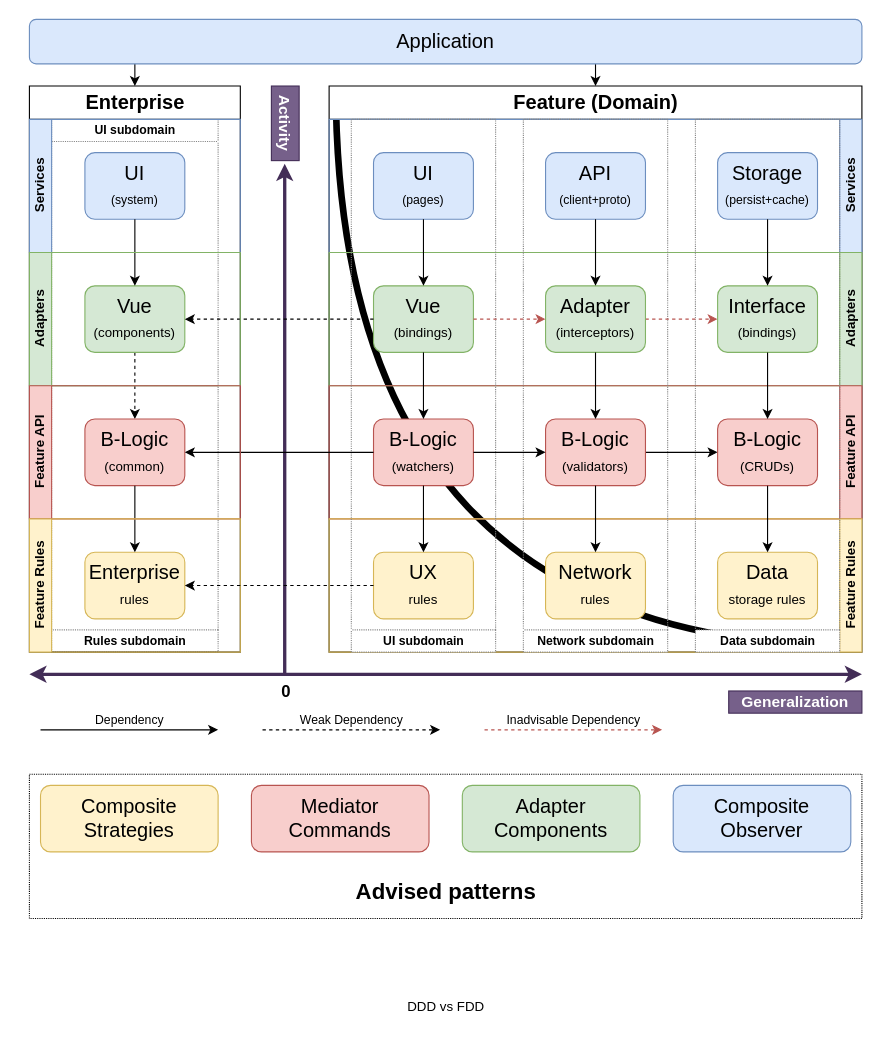
Above: page "Layers" (2 of 3) of ELDA.drawio in E-L-D-A/ELDA (draw.io), before the change. Source tidied: cells renumbered, new cells numbered last; positions are measured from the earlier drawing's top-left corner, leaving out a move shared by most shapes. Both pictures are drawn from the tidied source at 111%, with x=0, y=0 at pixel (29, 19).
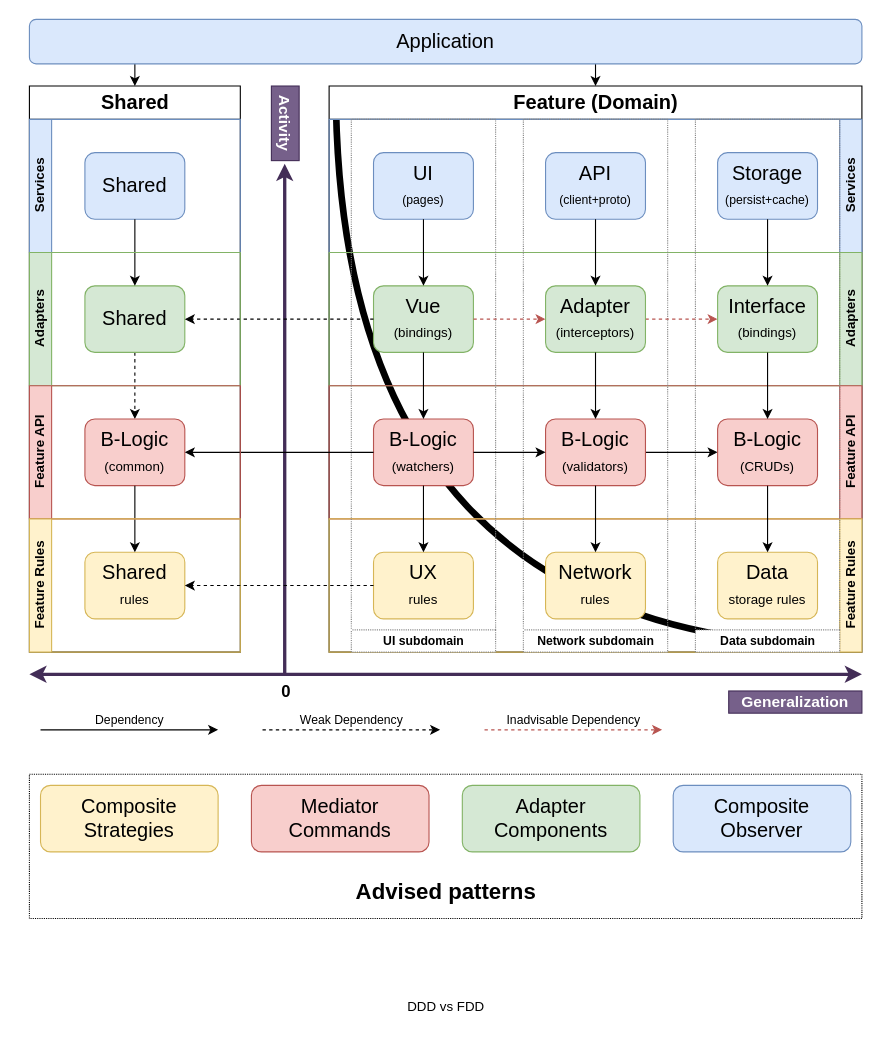
The same page after the edit.

Change to the diagram source:
```diff
@@
-    <mxCell id="49" value="UI&lt;br&gt;&lt;font style=&quot;font-size: 11px&quot;&gt;(system)&lt;/font&gt;" style="rounded=1;whiteSpace=wrap;html=1;fontSize=18;align=center;fillColor=#dae8fc;strokeColor=#6c8ebf;" parent="1" vertex="1">
+    <mxCell id="49" value="Shared" style="rounded=1;whiteSpace=wrap;html=1;fontSize=18;align=center;fillColor=#dae8fc;strokeColor=#6c8ebf;" parent="1" vertex="1">
       <mxGeometry x="50" y="120" width="90" height="60" as="geometry" />
     </mxCell>
@@
-    <mxCell id="51" value="Vue&lt;br&gt;&lt;font style=&quot;font-size: 12px&quot;&gt;(components)&lt;/font&gt;" style="rounded=1;whiteSpace=wrap;html=1;fontSize=18;align=center;fillColor=#d5e8d4;strokeColor=#82b366;" parent="1" vertex="1">
+    <mxCell id="51" value="Shared" style="rounded=1;whiteSpace=wrap;html=1;fontSize=18;align=center;fillColor=#d5e8d4;strokeColor=#82b366;" parent="1" vertex="1">
       <mxGeometry x="50" y="240" width="90" height="60" as="geometry" />
     </mxCell>
-    <mxCell id="52" value="UI subdomain" style="swimlane;html=1;horizontal=1;startSize=20;fontSize=11;align=center;direction=east;dashed=1;strokeColor=#858585;dashPattern=1 1;" parent="1" vertex="1">
-      <mxGeometry x="20" y="90" width="150" height="240" as="geometry" />
-    </mxCell>
-    <mxCell id="53" style="edgeStyle=orthogonalEdgeStyle;rounded=1;orthogonalLoop=1;jettySize=auto;html=1;startArrow=none;startFill=0;fontSize=18;" parent="52" edge="1">
-      <mxGeometry relative="1" as="geometry">
-        <mxPoint x="85" y="120" as="sourcePoint" />
-      </mxGeometry>
-    </mxCell>
-    <mxCell id="54" style="edgeStyle=orthogonalEdgeStyle;rounded=1;orthogonalLoop=1;jettySize=auto;html=1;startArrow=none;startFill=0;fontSize=18;" parent="52" edge="1">
-      <mxGeometry relative="1" as="geometry">
-        <mxPoint x="85" y="240" as="sourcePoint" />
-      </mxGeometry>
-    </mxCell>
-    <mxCell id="55" style="edgeStyle=orthogonalEdgeStyle;rounded=1;orthogonalLoop=1;jettySize=auto;html=1;startArrow=none;startFill=0;fontSize=18;" parent="52" edge="1">
-      <mxGeometry relative="1" as="geometry">
-        <mxPoint x="85" y="360" as="sourcePoint" />
-      </mxGeometry>
-    </mxCell>
@@
-    <mxCell id="58" value="Rules subdomain" style="swimlane;html=1;horizontal=1;startSize=20;fontSize=11;align=center;direction=west;dashed=1;strokeColor=#858585;dashPattern=1 1;" parent="1" vertex="1">
-      <mxGeometry x="20" y="330" width="150" height="240" as="geometry" />
-    </mxCell>
-    <mxCell id="59" style="edgeStyle=orthogonalEdgeStyle;rounded=1;orthogonalLoop=1;jettySize=auto;html=1;startArrow=none;startFill=0;fontSize=18;" parent="58" edge="1">
-      <mxGeometry relative="1" as="geometry">
-        <mxPoint x="85" y="120" as="sourcePoint" />
-      </mxGeometry>
-    </mxCell>
-    <mxCell id="60" style="edgeStyle=orthogonalEdgeStyle;rounded=1;orthogonalLoop=1;jettySize=auto;html=1;startArrow=none;startFill=0;fontSize=18;" parent="58" edge="1">
-      <mxGeometry relative="1" as="geometry">
-        <mxPoint x="85" y="240" as="sourcePoint" />
-      </mxGeometry>
-    </mxCell>
-    <mxCell id="61" style="edgeStyle=orthogonalEdgeStyle;rounded=1;orthogonalLoop=1;jettySize=auto;html=1;startArrow=none;startFill=0;fontSize=18;" parent="58" edge="1">
-      <mxGeometry relative="1" as="geometry">
-        <mxPoint x="85" y="360" as="sourcePoint" />
-      </mxGeometry>
-    </mxCell>
@@
-    <mxCell id="63" value="Enterprise&lt;br&gt;&lt;font style=&quot;font-size: 12px&quot;&gt;rules&lt;/font&gt;" style="rounded=1;whiteSpace=wrap;html=1;fontSize=18;align=center;fillColor=#fff2cc;strokeColor=#d6b656;" parent="1" vertex="1">
+    <mxCell id="63" value="Shared&lt;br&gt;&lt;font style=&quot;font-size: 12px&quot;&gt;rules&lt;/font&gt;" style="rounded=1;whiteSpace=wrap;html=1;fontSize=18;align=center;fillColor=#fff2cc;strokeColor=#d6b656;" parent="1" vertex="1">
       <mxGeometry x="50" y="480" width="90" height="60" as="geometry" />
     </mxCell>
@@
-    <mxCell id="66" value="Enterprise" style="swimlane;html=1;horizontal=1;startSize=30;fontSize=18;align=center;" parent="1" vertex="1">
+    <mxCell id="66" value="Shared" style="swimlane;html=1;horizontal=1;startSize=30;fontSize=18;align=center;" parent="1" vertex="1">
       <mxGeometry y="60" width="190" height="510" as="geometry" />
     </mxCell>
```
